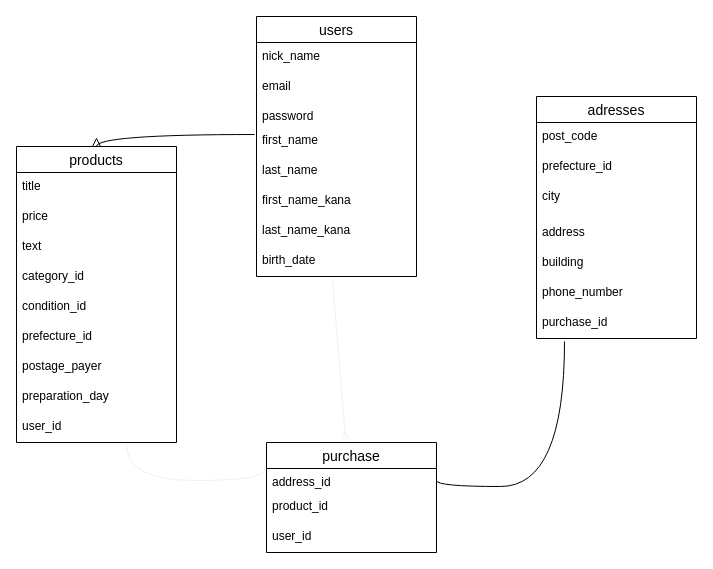
ryouta-M/furima-31120-1 keeps this draw.io diagram as test.dio. Above is the earlier version. Source tidied: cells renumbered, new cells numbered last; positions are measured from the earlier drawing's top-left corner, leaving out a move shared by most shapes. Both pictures are drawn from the tidied source at 100%, with x=0, y=0 at pixel (16, 16).
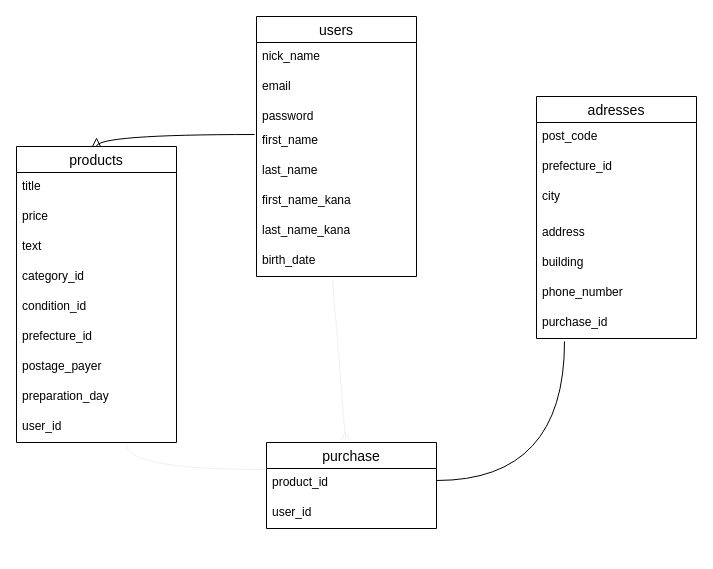
The same page after the edit.

The change refers to these unchanged cells:
```xml
<mxCell id="25" value="user_id" style="text;strokeColor=none;fillColor=none;spacingLeft=4;spacingRight=4;overflow=hidden;points=[[0,0.5],[1,0.5]];portConstraint=eastwest;fontSize=12;" parent="16" vertex="1">
  <mxGeometry y="266" width="160" height="30" as="geometry" />
</mxCell>
<mxCell id="33" value="purchase_id" style="text;strokeColor=none;fillColor=none;spacingLeft=4;spacingRight=4;overflow=hidden;points=[[0,0.5],[1,0.5]];portConstraint=eastwest;fontSize=12;" parent="26" vertex="1">
  <mxGeometry y="212" width="160" height="30" as="geometry" />
</mxCell>
```

The edit, as a diff of the source:
```diff
@@
-    <mxCell id="13" style="edgeStyle=orthogonalEdgeStyle;rounded=0;jettySize=auto;html=1;exitX=1;exitY=0.5;exitDx=0;exitDy=0;entryX=0.175;entryY=1.1;entryDx=0;entryDy=0;entryPerimeter=0;endArrow=none;endFill=0;curved=1;" parent="1" edge="1" source="35" target="33">
+    <mxCell id="13" style="edgeStyle=orthogonalEdgeStyle;rounded=0;jettySize=auto;html=1;exitX=1;exitY=0.5;exitDx=0;exitDy=0;entryX=0.175;entryY=1.1;entryDx=0;entryDy=0;entryPerimeter=0;endArrow=none;endFill=0;curved=1;" parent="1" edge="1" target="33">
       <mxGeometry relative="1" as="geometry">
+        <mxPoint x="420" y="464" as="sourcePoint" />
         <Array as="points">
-          <mxPoint x="420" y="470" />
-          <mxPoint x="548" y="470" />
+          <mxPoint x="548" y="464" />
         </Array>
       </mxGeometry>
     </mxCell>
@@
-    <mxCell id="15" style="edgeStyle=orthogonalEdgeStyle;rounded=0;jettySize=auto;html=1;exitX=0.688;exitY=1.067;exitDx=0;exitDy=0;entryX=-0.012;entryY=0.042;entryDx=0;entryDy=0;entryPerimeter=0;startArrow=none;startFill=0;endArrow=none;endFill=0;strokeColor=#f0f0f0;exitPerimeter=0;curved=1;" parent="1" edge="1" source="25" target="35">
+    <mxCell id="15" style="edgeStyle=orthogonalEdgeStyle;rounded=0;jettySize=auto;html=1;exitX=0.688;exitY=1.067;exitDx=0;exitDy=0;entryX=-0.012;entryY=0.042;entryDx=0;entryDy=0;entryPerimeter=0;startArrow=none;startFill=0;endArrow=none;endFill=0;strokeColor=#f0f0f0;exitPerimeter=0;curved=1;" parent="1" edge="1" source="25">
       <mxGeometry relative="1" as="geometry">
+        <mxPoint x="248" y="453" as="targetPoint" />
         <Array as="points">
-          <mxPoint x="110" y="464" />
-          <mxPoint x="248" y="464" />
+          <mxPoint x="110" y="453" />
         </Array>
       </mxGeometry>
     </mxCell>
@@
     <mxCell id="34" value="purchase" style="swimlane;fontStyle=0;horizontal=1;startSize=26;align=center;fontSize=14;" parent="1" vertex="1">
-      <mxGeometry x="250" y="426" width="170" height="110" as="geometry" />
+      <mxGeometry x="250" y="426" width="170" height="86" as="geometry" />
     </mxCell>
-    <mxCell id="35" value="address_id" style="text;strokeColor=none;fillColor=none;spacingLeft=4;spacingRight=4;overflow=hidden;points=[[0,0.5],[1,0.5]];portConstraint=eastwest;fontSize=12;" parent="34" vertex="1">
-      <mxGeometry y="26" width="170" height="24" as="geometry" />
-    </mxCell>
     <mxCell id="36" value="product_id" style="text;strokeColor=none;fillColor=none;spacingLeft=4;spacingRight=4;overflow=hidden;points=[[0,0.5],[1,0.5]];portConstraint=eastwest;fontSize=12;" parent="34" vertex="1">
-      <mxGeometry y="50" width="170" height="30" as="geometry" />
+      <mxGeometry y="26" width="170" height="30" as="geometry" />
     </mxCell>
     <mxCell id="37" value="user_id" style="text;strokeColor=none;fillColor=none;spacingLeft=4;spacingRight=4;overflow=hidden;fontSize=12;" parent="34" vertex="1">
-      <mxGeometry y="80" width="170" height="30" as="geometry" />
+      <mxGeometry y="56" width="170" height="30" as="geometry" />
     </mxCell>
```
